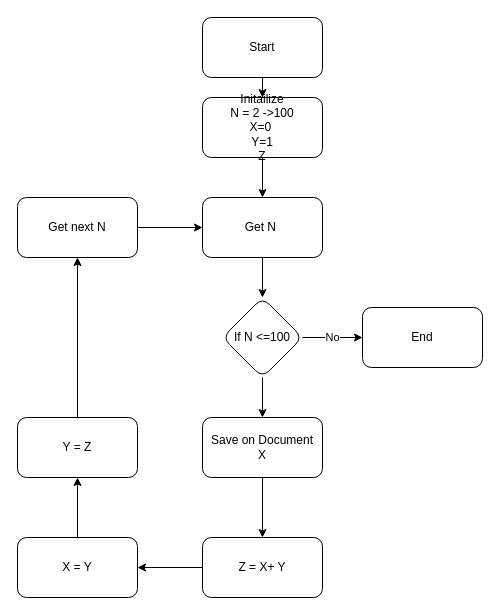
Before: Final exam - Part 7.drawio in ricotrannguyen/Algorithm, a draw.io diagram. Source tidied: cells renumbered, new cells numbered last; positions are measured from the earlier drawing's top-left corner, leaving out a move shared by most shapes. Both pictures are drawn from the tidied source at 100%, with x=0, y=0 at pixel (17, 17).
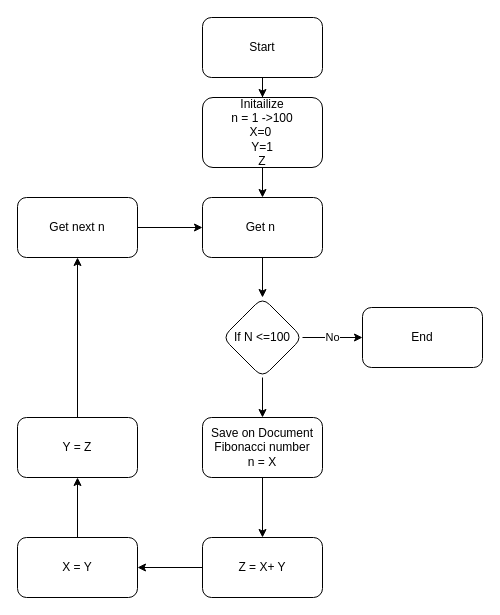
The same diagram, later.

Diff of the diagram source:
```diff
@@
-    <mxCell id="5" value="Initailize&lt;br&gt;N = 2 -&amp;gt;100&lt;br&gt;X=0&amp;nbsp;&lt;br&gt;Y=1&lt;br&gt;Z" style="whiteSpace=wrap;html=1;rounded=1;" parent="1" vertex="1">
-      <mxGeometry x="185" y="80" width="120" height="60" as="geometry" />
+    <mxCell id="5" value="Initailize&lt;br&gt;n = 1 -&amp;gt;100&lt;br&gt;X=0&amp;nbsp;&lt;br&gt;Y=1&lt;br&gt;Z" style="whiteSpace=wrap;html=1;rounded=1;" parent="1" vertex="1">
+      <mxGeometry x="185" y="80" width="120" height="70" as="geometry" />
     </mxCell>
@@
-    <mxCell id="10" value="Get N&amp;nbsp;" style="whiteSpace=wrap;html=1;rounded=1;" parent="1" vertex="1">
+    <mxCell id="10" value="Get n&amp;nbsp;" style="whiteSpace=wrap;html=1;rounded=1;" parent="1" vertex="1">
       <mxGeometry x="185" y="180" width="120" height="60" as="geometry" />
     </mxCell>
@@
-    <mxCell id="12" value="Get next N" style="whiteSpace=wrap;html=1;rounded=1;" parent="1" vertex="1">
+    <mxCell id="12" value="Get next n" style="whiteSpace=wrap;html=1;rounded=1;" parent="1" vertex="1">
       <mxGeometry y="180" width="120" height="60" as="geometry" />
     </mxCell>
@@
-    <mxCell id="15" value="Save on Document&lt;br&gt;X&lt;br&gt;" style="whiteSpace=wrap;html=1;rounded=1;" parent="1" vertex="1">
+    <mxCell id="15" value="Save on Document&lt;br&gt;Fibonacci number&lt;br&gt;n = X" style="whiteSpace=wrap;html=1;rounded=1;" parent="1" vertex="1">
       <mxGeometry x="185" y="400" width="120" height="60" as="geometry" />
     </mxCell>
```
